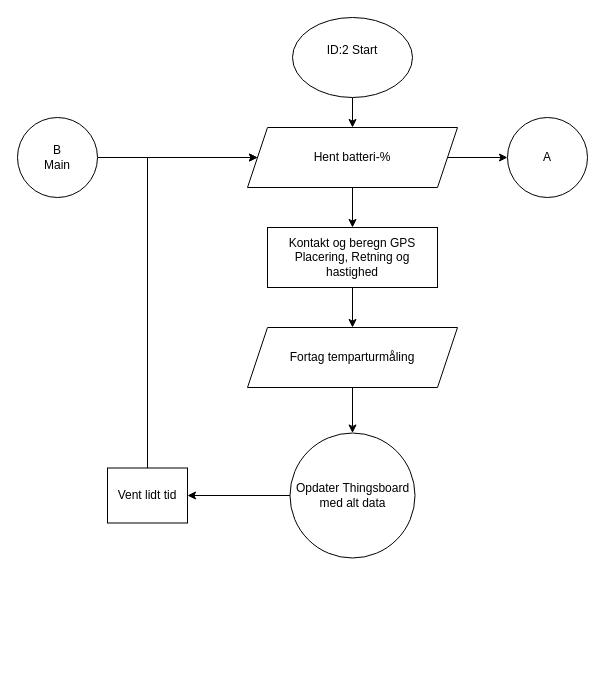
The draw.io diagram SW FlowCharts/ID2 V1 Info på Display.drawio in KEA-E24-B9-IOT1/E24-B9-IoT1, before the edit. Source tidied: cells renumbered, new cells numbered last; positions are measured from the earlier drawing's top-left corner, leaving out a move shared by most shapes. Both pictures are drawn from the tidied source at 100%, with x=0, y=0 at pixel (17, 17).
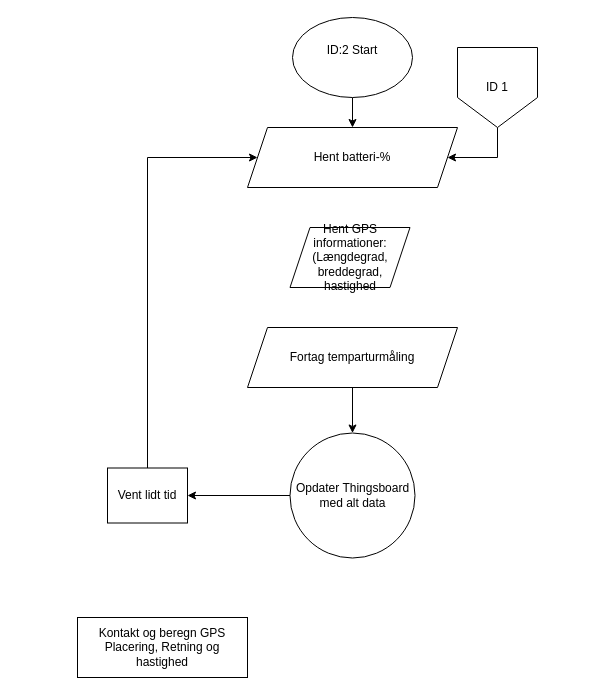
The same page after the edit.

The edit, as a diff of the source:
```diff
@@
 <mxGraphModel>
   <root>
     <mxCell id="0" />
     <mxCell id="1" parent="0" />
     <mxCell id="2" style="edgeStyle=orthogonalEdgeStyle;rounded=0;jettySize=auto;html=1;" parent="1" edge="1" source="3" target="6">
       <mxGeometry relative="1" as="geometry" />
     </mxCell>
     <mxCell id="3" value="ID:2 Start&lt;div&gt;&lt;br&gt;&lt;/div&gt;" style="ellipse;whiteSpace=wrap;html=1;" parent="1" vertex="1">
       <mxGeometry x="275" width="120" height="80" as="geometry" />
     </mxCell>
-    <mxCell id="4" style="edgeStyle=orthogonalEdgeStyle;rounded=0;jettySize=auto;html=1;" parent="1" edge="1" source="6" target="13">
-      <mxGeometry relative="1" as="geometry" />
-    </mxCell>
-    <mxCell id="5" style="edgeStyle=orthogonalEdgeStyle;rounded=0;jettySize=auto;html=1;" parent="1" edge="1" source="6" target="15">
-      <mxGeometry relative="1" as="geometry" />
-    </mxCell>
     <mxCell id="6" value="Hent batteri-%" style="shape=parallelogram;perimeter=parallelogramPerimeter;whiteSpace=wrap;html=1;fixedSize=1;rounded=0;" parent="1" vertex="1">
       <mxGeometry x="230" y="110" width="210" height="60" as="geometry" />
     </mxCell>
-    <mxCell id="7" style="edgeStyle=orthogonalEdgeStyle;rounded=0;jettySize=auto;html=1;" parent="1" edge="1" source="8" target="6">
-      <mxGeometry relative="1" as="geometry" />
-    </mxCell>
-    <mxCell id="8" value="&lt;span style=&quot;background-color: initial;&quot;&gt;B&lt;/span&gt;&lt;div&gt;&lt;span style=&quot;background-color: initial;&quot;&gt;Main&lt;/span&gt;&lt;/div&gt;" style="ellipse;whiteSpace=wrap;html=1;" parent="1" vertex="1">
-      <mxGeometry y="100" width="80" height="80" as="geometry" />
-    </mxCell>
     <mxCell id="9" style="edgeStyle=orthogonalEdgeStyle;rounded=0;jettySize=auto;html=1;" parent="1" edge="1" source="10" target="12">
       <mxGeometry relative="1" as="geometry" />
     </mxCell>
     <mxCell id="10" value="Opdater Thingsboard med alt data" style="ellipse;whiteSpace=wrap;html=1;" parent="1" vertex="1">
       <mxGeometry x="272.5" y="415.5" width="125" height="125" as="geometry" />
     </mxCell>
     <mxCell id="11" style="edgeStyle=orthogonalEdgeStyle;rounded=0;jettySize=auto;html=1;entryX=0;entryY=0.5;entryDx=0;entryDy=0;" parent="1" edge="1" source="12" target="6">
       <mxGeometry relative="1" as="geometry">
         <Array as="points">
           <mxPoint x="130" y="140" />
         </Array>
       </mxGeometry>
     </mxCell>
     <mxCell id="12" value="Vent lidt tid" style="rounded=0;whiteSpace=wrap;html=1;" parent="1" vertex="1">
       <mxGeometry x="90" y="450.5" width="80" height="55" as="geometry" />
     </mxCell>
-    <mxCell id="13" value="&lt;span style=&quot;background-color: initial;&quot;&gt;A&lt;/span&gt;" style="ellipse;whiteSpace=wrap;html=1;" parent="1" vertex="1">
-      <mxGeometry x="490" y="100" width="80" height="80" as="geometry" />
-    </mxCell>
-    <mxCell id="14" style="edgeStyle=orthogonalEdgeStyle;rounded=0;jettySize=auto;html=1;" parent="1" edge="1" source="15" target="17">
-      <mxGeometry relative="1" as="geometry" />
-    </mxCell>
     <mxCell id="15" value="Kontakt og beregn GPS Placering, Retning og hastighed" style="rounded=0;whiteSpace=wrap;html=1;" parent="1" vertex="1">
-      <mxGeometry x="250" y="210" width="170" height="60" as="geometry" />
+      <mxGeometry x="60" y="600" width="170" height="60" as="geometry" />
     </mxCell>
     <mxCell id="16" style="edgeStyle=orthogonalEdgeStyle;rounded=0;jettySize=auto;html=1;" parent="1" edge="1" source="17" target="10">
       <mxGeometry relative="1" as="geometry" />
     </mxCell>
     <mxCell id="17" value="Fortag temparturmåling" style="shape=parallelogram;perimeter=parallelogramPerimeter;whiteSpace=wrap;html=1;fixedSize=1;rounded=0;" parent="1" vertex="1">
       <mxGeometry x="230" y="310" width="210" height="60" as="geometry" />
     </mxCell>
+    <mxCell id="18" style="edgeStyle=orthogonalEdgeStyle;rounded=0;jettySize=auto;html=1;exitX=0.5;exitY=1;exitDx=0;exitDy=0;entryX=1;entryY=0.5;entryDx=0;entryDy=0;" parent="1" edge="1" source="19" target="6">
+      <mxGeometry relative="1" as="geometry">
+        <Array as="points">
+          <mxPoint x="480" y="140" />
+        </Array>
+      </mxGeometry>
+    </mxCell>
+    <mxCell id="19" value="ID 1" style="shape=offPageConnector;whiteSpace=wrap;html=1;" parent="1" vertex="1">
+      <mxGeometry x="440" y="30" width="80" height="80" as="geometry" />
+    </mxCell>
+    <mxCell id="20" value="Hent GPS informationer:&lt;br&gt;(Længdegrad, breddegrad, hastighed" style="shape=parallelogram;perimeter=parallelogramPerimeter;whiteSpace=wrap;html=1;fixedSize=1;" parent="1" vertex="1">
+      <mxGeometry x="272.5" y="210" width="120" height="60" as="geometry" />
+    </mxCell>
   </root>
 </mxGraphModel>
```
